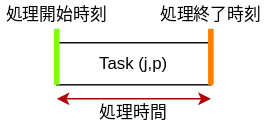
Earlier version of the draw.io export notebooks/ja/tutorials/figures/task.drawio.svg (fixstars/amplify-se-examples). Source tidied: cells renumbered, new cells last; positions are measured from the earlier drawing's top-left corner, leaving out a move shared by most shapes.
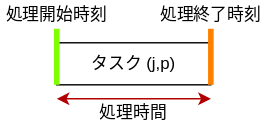
After the change.

Change to the diagram source:
```diff
@@ -2,7 +2,7 @@
   <root>
     <mxCell id="0" />
     <mxCell id="1" parent="0" />
-    <mxCell id="2" value="Task (j,p)" style="rounded=0;whiteSpace=wrap;html=1;" parent="1" vertex="1">
+    <mxCell id="2" value="タスク&amp;nbsp;(j,p)" style="rounded=0;whiteSpace=wrap;html=1;" parent="1" vertex="1">
       <mxGeometry x="40" y="30" width="110" height="30" as="geometry" />
     </mxCell>
     <object id="3" label="処理開始時刻" name="Variable" placeholders="1">
```
